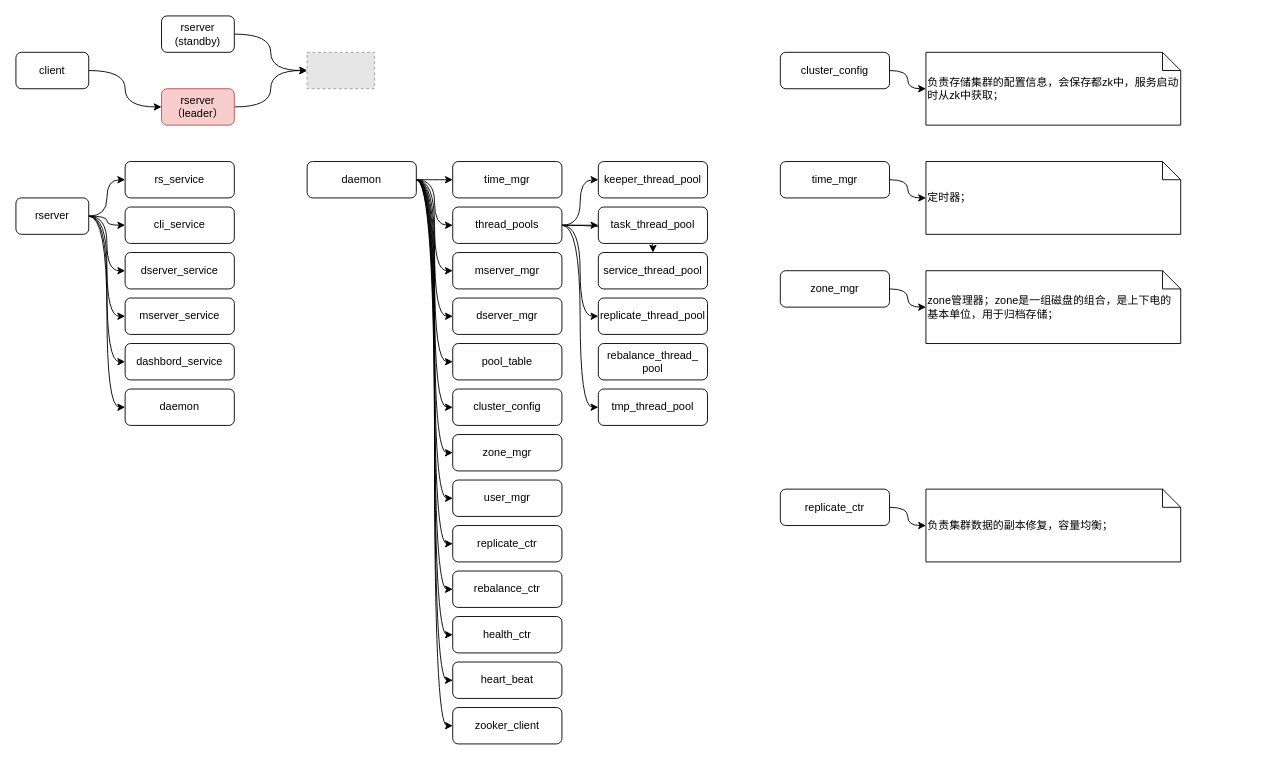
The draw.io diagram page "rserver" (2 of 4) of mind/bstore.drawio in EarthWind/deeparch, before the edit. Source tidied: cells renumbered, new cells numbered last; positions are measured from the earlier drawing's top-left corner, leaving out a move shared by most shapes. Both pictures are drawn from the tidied source at 91%, with x=0, y=0 at pixel (15, 15). Pictures stored in the file or linked from it are replaced by grey dashed boxes.
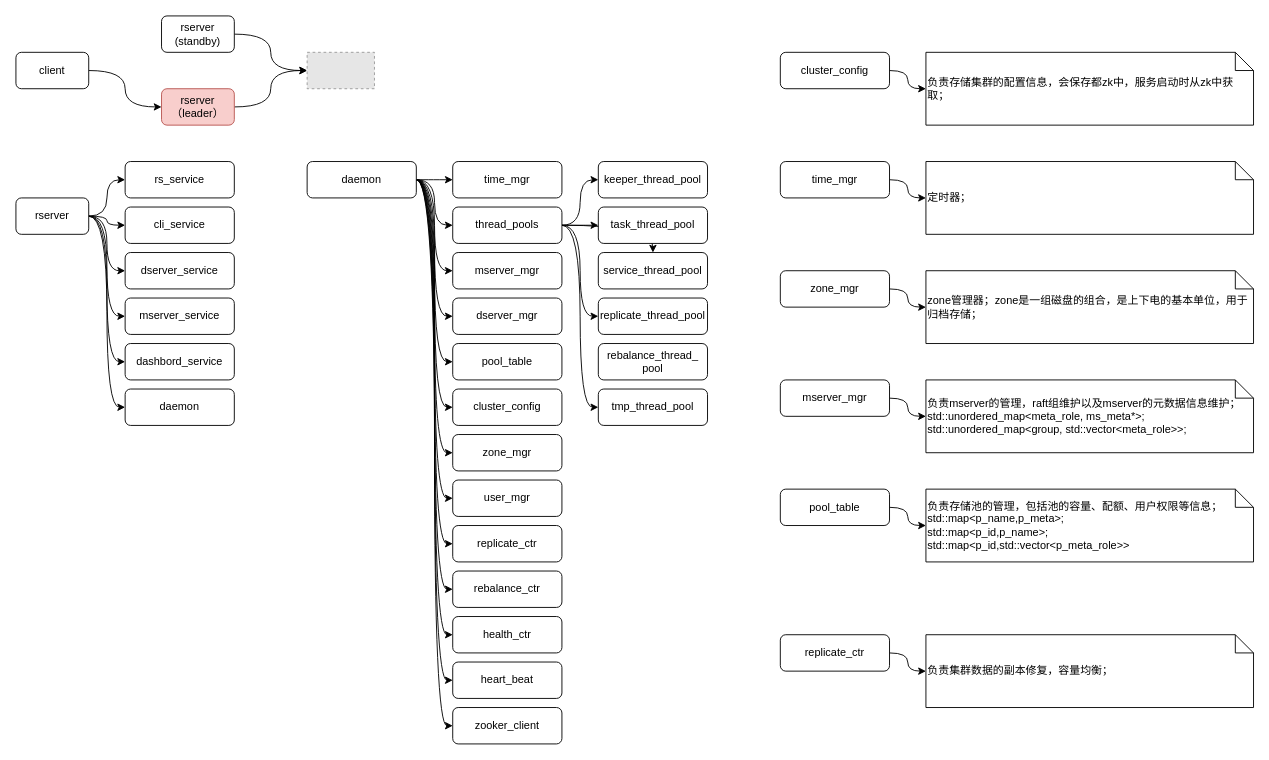
Above is the later version.

Change to the diagram source:
```diff
@@
     <mxCell id="62" value="负责存储集群的配置信息，会保存都zk中，服务启动时从zk中获取；" style="shape=note;size=20;whiteSpace=wrap;html=1;align=left;" parent="1" vertex="1">
-      <mxGeometry x="1000" y="40" width="280" height="80" as="geometry" />
+      <mxGeometry x="1000" y="40" width="360" height="80" as="geometry" />
     </mxCell>
@@
     <mxCell id="64" value="replicate_ctr" style="whiteSpace=wrap;html=1;rounded=1;" parent="1" vertex="1">
-      <mxGeometry x="840" y="520" width="120" height="40" as="geometry" />
+      <mxGeometry x="840" y="680" width="120" height="40" as="geometry" />
     </mxCell>
     <mxCell id="65" value="负责集群数据的副本修复，容量均衡；" style="shape=note;size=20;whiteSpace=wrap;html=1;align=left;" parent="1" vertex="1">
-      <mxGeometry x="1000" y="520" width="280" height="80" as="geometry" />
+      <mxGeometry x="1000" y="680" width="360" height="80" as="geometry" />
     </mxCell>
@@
     <mxCell id="68" value="定时器；" style="shape=note;size=20;whiteSpace=wrap;html=1;align=left;" parent="1" vertex="1">
-      <mxGeometry x="1000" y="160" width="280" height="80" as="geometry" />
+      <mxGeometry x="1000" y="160" width="360" height="80" as="geometry" />
     </mxCell>
@@
     <mxCell id="71" value="zone管理器；zone是一组磁盘的组合，是上下电的基本单位，用于归档存储；" style="shape=note;size=20;whiteSpace=wrap;html=1;align=left;" parent="1" vertex="1">
-      <mxGeometry x="1000" y="280" width="280" height="80" as="geometry" />
+      <mxGeometry x="1000" y="280" width="360" height="80" as="geometry" />
     </mxCell>
+    <mxCell id="72" style="edgeStyle=orthogonalEdgeStyle;curved=1;rounded=0;jettySize=auto;html=1;entryX=0;entryY=0.5;entryDx=0;entryDy=0;entryPerimeter=0;" parent="1" edge="1" source="73" target="74">
+      <mxGeometry relative="1" as="geometry" />
+    </mxCell>
+    <mxCell id="73" value="mserver_mgr" style="whiteSpace=wrap;html=1;rounded=1;" parent="1" vertex="1">
+      <mxGeometry x="840" y="400" width="120" height="40" as="geometry" />
+    </mxCell>
+    <mxCell id="74" value="负责mserver的管理，raft组维护以及mserver的元数据信息维护；&lt;br&gt;std::unordered_map&amp;lt;meta_role, ms_meta*&amp;gt;;&lt;br&gt;std::unordered_map&amp;lt;group, std::vector&amp;lt;meta_role&amp;gt;&amp;gt;;" style="shape=note;size=20;whiteSpace=wrap;html=1;align=left;" parent="1" vertex="1">
+      <mxGeometry x="1000" y="400" width="360" height="80" as="geometry" />
+    </mxCell>
+    <mxCell id="75" style="edgeStyle=orthogonalEdgeStyle;curved=1;rounded=0;jettySize=auto;html=1;entryX=0;entryY=0.5;entryDx=0;entryDy=0;entryPerimeter=0;" parent="1" edge="1" source="76" target="77">
+      <mxGeometry relative="1" as="geometry" />
+    </mxCell>
+    <mxCell id="76" value="pool_table" style="whiteSpace=wrap;html=1;rounded=1;" parent="1" vertex="1">
+      <mxGeometry x="840" y="520" width="120" height="40" as="geometry" />
+    </mxCell>
+    <mxCell id="77" value="负责存储池的管理，包括池的容量、配额、用户权限等信息；&lt;br&gt;std::map&amp;lt;p_name,p_meta&amp;gt;;&lt;br&gt;std::map&amp;lt;p_id,p_name&amp;gt;;&lt;br&gt;std::map&amp;lt;p_id,std::vector&amp;lt;p_meta_role&amp;gt;&amp;gt;" style="shape=note;size=20;whiteSpace=wrap;html=1;align=left;" parent="1" vertex="1">
+      <mxGeometry x="1000" y="520" width="360" height="80" as="geometry" />
+    </mxCell>
```
